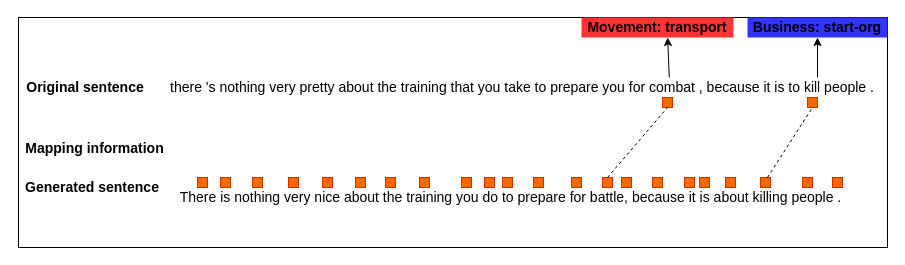
Above: english_alignment_text.drawio in gitofding/first_repository (draw.io), before the change. Source tidied: cells renumbered, new cells numbered last; positions are measured from the earlier drawing's top-left corner, leaving out a move shared by most shapes. Both pictures are drawn from the tidied source at 100%, with x=0, y=0 at pixel (17, 17).
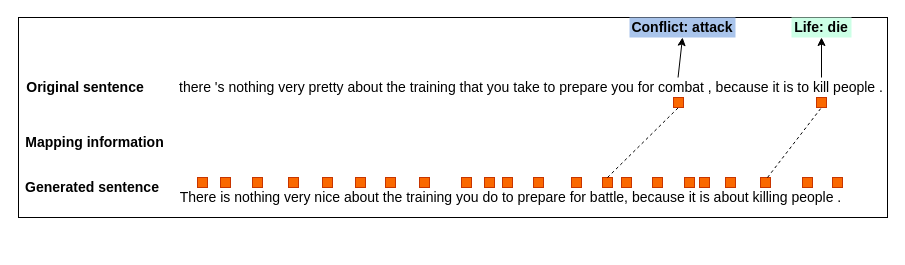
The same diagram, later.

Change to the diagram source:
```diff
@@
     <mxCell id="2" style="rounded=0;whiteSpace=wrap;html=1;" parent="1" vertex="1">
-      <mxGeometry x="1" width="869" height="230" as="geometry" />
+      <mxGeometry x="1" width="869" height="200" as="geometry" />
     </mxCell>
     <mxCell id="3" value="&lt;span style=&quot;font-size: 14px&quot;&gt;there 's nothing very pretty about the training that you take to prepare you for combat , because it is to kill people .&lt;/span&gt;" style="text;html=1;strokeColor=none;fillColor=none;align=center;verticalAlign=middle;whiteSpace=wrap;rounded=0;" parent="1" vertex="1">
-      <mxGeometry x="151.2" y="60" width="708" height="20" as="geometry" />
+      <mxGeometry x="160" y="60" width="708" height="20" as="geometry" />
     </mxCell>
@@
     <mxCell id="6" value="&lt;b&gt;&lt;font style=&quot;font-size: 14px&quot;&gt;Mapping information&lt;/font&gt;&lt;/b&gt;" style="text;html=1;strokeColor=none;fillColor=none;align=center;verticalAlign=middle;whiteSpace=wrap;rounded=0;" parent="1" vertex="1">
-      <mxGeometry x="4.2" y="120.5" width="147" height="20" as="geometry" />
+      <mxGeometry x="4.2" y="114.5" width="147" height="20" as="geometry" />
     </mxCell>
@@
-    <mxCell id="8" value="&lt;font style=&quot;font-size: 14px&quot;&gt;&lt;b&gt;Movement: transport&lt;/b&gt;&lt;/font&gt;" style="text;html=1;strokeColor=none;fillColor=#FF3333;align=center;verticalAlign=middle;whiteSpace=wrap;rounded=0;" parent="1" vertex="1">
-      <mxGeometry x="564" width="152" height="20" as="geometry" />
+    <mxCell id="8" value="&lt;font style=&quot;font-size: 14px&quot;&gt;&lt;b&gt;Conflict: attack&lt;/b&gt;&lt;/font&gt;" style="text;html=1;strokeColor=none;align=center;verticalAlign=middle;whiteSpace=wrap;rounded=0;fillColor=#A9C4EB;" parent="1" vertex="1">
+      <mxGeometry x="612" width="106" height="20" as="geometry" />
     </mxCell>
-    <mxCell id="9" value="&lt;font style=&quot;font-size: 14px&quot;&gt;&lt;b&gt;Business: start-org&lt;/b&gt;&lt;/font&gt;" style="text;html=1;strokeColor=none;fillColor=#3333FF;align=center;verticalAlign=middle;whiteSpace=wrap;rounded=0;" parent="1" vertex="1">
-      <mxGeometry x="730" width="140" height="20" as="geometry" />
+    <mxCell id="9" value="&lt;font style=&quot;font-size: 14px&quot;&gt;&lt;b&gt;Life: die&lt;/b&gt;&lt;/font&gt;" style="text;html=1;strokeColor=none;align=center;verticalAlign=middle;whiteSpace=wrap;rounded=0;fillColor=#CCFFE6;" parent="1" vertex="1">
+      <mxGeometry x="774" width="60" height="20" as="geometry" />
     </mxCell>
     <mxCell id="10" style="endArrow=classic;html=1;entryX=0.5;entryY=1;entryDx=0;entryDy=0;" parent="1" edge="1">
       <mxGeometry relative="1" as="geometry">
-        <mxPoint x="800" y="60" as="sourcePoint" />
-        <mxPoint x="800" y="20" as="targetPoint" />
+        <mxPoint x="804" y="60" as="sourcePoint" />
+        <mxPoint x="804" y="20" as="targetPoint" />
       </mxGeometry>
     </mxCell>
@@
     <mxCell id="28" style="rounded=0;whiteSpace=wrap;html=1;direction=south;fillColor=#fa6800;strokeColor=#C73500;fontColor=#ffffff;" parent="1" vertex="1">
-      <mxGeometry x="790" y="80" width="10" height="10" as="geometry" />
+      <mxGeometry x="799" y="80" width="10" height="10" as="geometry" />
     </mxCell>
@@
     <mxCell id="30" style="rounded=0;whiteSpace=wrap;html=1;direction=south;fillColor=#fa6800;strokeColor=#C73500;fontColor=#ffffff;" parent="1" vertex="1">
-      <mxGeometry x="645" y="80" width="10" height="10" as="geometry" />
+      <mxGeometry x="656" y="80" width="10" height="10" as="geometry" />
     </mxCell>
@@
-    <mxCell id="37" style="endArrow=classic;html=1;entryX=0.747;entryY=0.087;entryDx=0;entryDy=0;entryPerimeter=0;exitX=0.707;exitY=0;exitDx=0;exitDy=0;exitPerimeter=0;" parent="1" edge="1" source="3" target="2">
+    <mxCell id="37" style="endArrow=classic;html=1;exitX=0.707;exitY=0;exitDx=0;exitDy=0;exitPerimeter=0;entryX=0.5;entryY=1;entryDx=0;entryDy=0;" parent="1" edge="1" source="3" target="8">
       <mxGeometry relative="1" as="geometry" />
     </mxCell>
```
